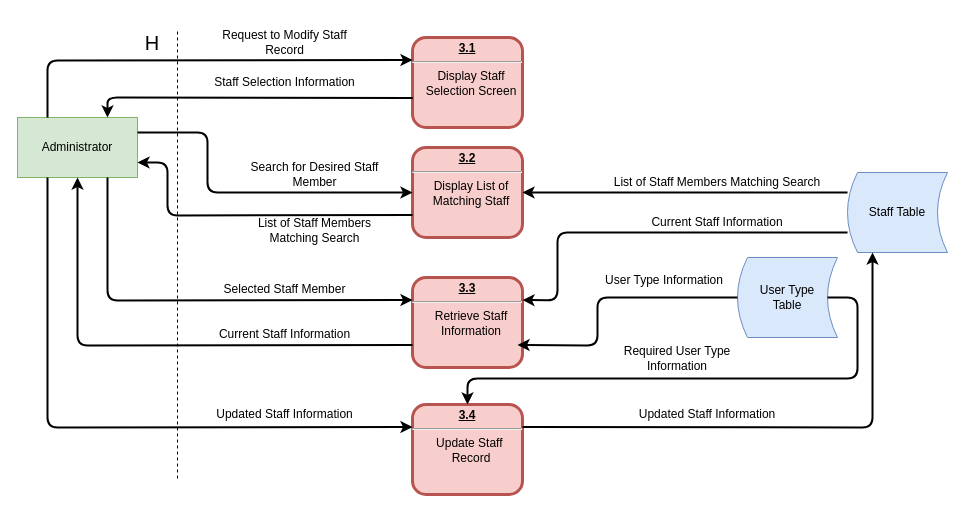
Harlento/SchedulingSystem keeps this draw.io diagram as page "3: Update Staff" (4 of 20) of Diagrams/DFD/Level 1 DFDs.drawio. Above is the earlier version. Source tidied: cells renumbered, new cells numbered last; positions are measured from the earlier drawing's top-left corner, leaving out a move shared by most shapes. Both pictures are drawn from the tidied source at 100%, with x=0, y=0 at pixel (17, 17).
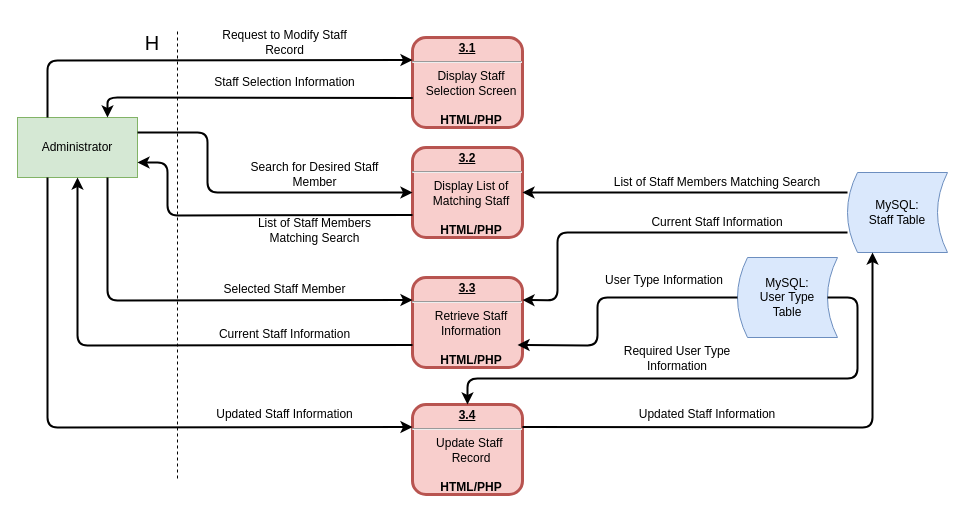
The same diagram, later.

Diff of the diagram source:
```diff
@@
-    <mxCell id="2" value="Staff Table" style="shape=dataStorage;whiteSpace=wrap;html=1;fillColor=#dae8fc;strokeColor=#6c8ebf;" parent="1" vertex="1">
+    <mxCell id="2" value="MySQL:&lt;br&gt;Staff Table" style="shape=dataStorage;whiteSpace=wrap;html=1;fillColor=#dae8fc;strokeColor=#6c8ebf;" parent="1" vertex="1">
       <mxGeometry x="830" y="155" width="100" height="80" as="geometry" />
     </mxCell>
@@
-    <mxCell id="4" value="&lt;p style=&quot;margin: 0px ; margin-top: 4px ; text-align: center ; text-decoration: underline&quot;&gt;3.2&lt;/p&gt;&lt;hr&gt;&lt;p style=&quot;margin: 0px ; margin-left: 8px&quot;&gt;&lt;span style=&quot;font-weight: 400 ; white-space: normal&quot;&gt;Display List of Matching Staff&lt;/span&gt;&lt;/p&gt;" style="verticalAlign=middle;align=center;overflow=fill;fontSize=12;fontFamily=Helvetica;html=1;rounded=1;fontStyle=1;strokeWidth=3;fillColor=#f8cecc;strokeColor=#b85450;" parent="1" vertex="1">
+    <mxCell id="4" value="&lt;p style=&quot;margin: 0px ; margin-top: 4px ; text-align: center ; text-decoration: underline&quot;&gt;3.2&lt;/p&gt;&lt;hr&gt;&lt;p style=&quot;margin: 0px ; margin-left: 8px&quot;&gt;&lt;span style=&quot;font-weight: 400 ; white-space: normal&quot;&gt;Display List of Matching Staff&lt;/span&gt;&lt;/p&gt;&lt;p style=&quot;margin: 0px ; margin-left: 8px&quot;&gt;&lt;span style=&quot;font-weight: 400 ; white-space: normal&quot;&gt;&lt;br&gt;&lt;/span&gt;&lt;/p&gt;&lt;p style=&quot;margin: 0px ; margin-left: 8px&quot;&gt;&lt;span style=&quot;white-space: normal&quot;&gt;HTML/PHP&lt;/span&gt;&lt;span style=&quot;font-weight: 400 ; white-space: normal&quot;&gt;&lt;br&gt;&lt;/span&gt;&lt;/p&gt;" style="verticalAlign=middle;align=center;overflow=fill;fontSize=12;fontFamily=Helvetica;html=1;rounded=1;fontStyle=1;strokeWidth=3;fillColor=#f8cecc;strokeColor=#b85450;" parent="1" vertex="1">
       <mxGeometry x="395" y="130" width="110" height="90" as="geometry" />
     </mxCell>
@@
-    <mxCell id="11" value="&lt;p style=&quot;margin: 0px ; margin-top: 4px ; text-align: center ; text-decoration: underline&quot;&gt;3.1&lt;/p&gt;&lt;hr&gt;&lt;p style=&quot;margin: 0px ; margin-left: 8px&quot;&gt;&lt;span style=&quot;font-weight: 400 ; white-space: normal&quot;&gt;Display Staff Selection Screen&lt;/span&gt;&lt;/p&gt;" style="verticalAlign=middle;align=center;overflow=fill;fontSize=12;fontFamily=Helvetica;html=1;rounded=1;fontStyle=1;strokeWidth=3;fillColor=#f8cecc;strokeColor=#b85450;" parent="1" vertex="1">
+    <mxCell id="11" value="&lt;p style=&quot;margin: 0px ; margin-top: 4px ; text-align: center ; text-decoration: underline&quot;&gt;3.1&lt;/p&gt;&lt;hr&gt;&lt;p style=&quot;margin: 0px ; margin-left: 8px&quot;&gt;&lt;span style=&quot;font-weight: 400 ; white-space: normal&quot;&gt;Display Staff Selection Screen&lt;/span&gt;&lt;/p&gt;&lt;p style=&quot;margin: 0px ; margin-left: 8px&quot;&gt;&lt;span style=&quot;font-weight: 400 ; white-space: normal&quot;&gt;&lt;br&gt;&lt;/span&gt;&lt;/p&gt;&lt;p style=&quot;margin: 0px ; margin-left: 8px&quot;&gt;&lt;span style=&quot;white-space: normal&quot;&gt;HTML/PHP&lt;/span&gt;&lt;span style=&quot;font-weight: 400 ; white-space: normal&quot;&gt;&lt;br&gt;&lt;/span&gt;&lt;/p&gt;" style="verticalAlign=middle;align=center;overflow=fill;fontSize=12;fontFamily=Helvetica;html=1;rounded=1;fontStyle=1;strokeWidth=3;fillColor=#f8cecc;strokeColor=#b85450;" parent="1" vertex="1">
       <mxGeometry x="395" y="20" width="110" height="90" as="geometry" />
     </mxCell>
@@
-    <mxCell id="18" value="&lt;p style=&quot;margin: 0px ; margin-top: 4px ; text-align: center ; text-decoration: underline&quot;&gt;3.3&lt;/p&gt;&lt;hr&gt;&lt;p style=&quot;margin: 0px 0px 0px 8px&quot;&gt;&lt;span style=&quot;font-weight: 400 ; white-space: normal&quot;&gt;Retrieve Staff Information&lt;/span&gt;&lt;/p&gt;" style="verticalAlign=middle;align=center;overflow=fill;fontSize=12;fontFamily=Helvetica;html=1;rounded=1;fontStyle=1;strokeWidth=3;fillColor=#f8cecc;strokeColor=#b85450;" parent="1" vertex="1">
+    <mxCell id="18" value="&lt;p style=&quot;margin: 0px ; margin-top: 4px ; text-align: center ; text-decoration: underline&quot;&gt;3.3&lt;/p&gt;&lt;hr&gt;&lt;p style=&quot;margin: 0px 0px 0px 8px&quot;&gt;&lt;span style=&quot;font-weight: 400 ; white-space: normal&quot;&gt;Retrieve Staff Information&lt;/span&gt;&lt;/p&gt;&lt;p style=&quot;margin: 0px 0px 0px 8px&quot;&gt;&lt;span style=&quot;font-weight: 400 ; white-space: normal&quot;&gt;&lt;br&gt;&lt;/span&gt;&lt;/p&gt;&lt;p style=&quot;margin: 0px 0px 0px 8px&quot;&gt;&lt;span style=&quot;white-space: normal&quot;&gt;HTML/PHP&lt;/span&gt;&lt;span style=&quot;font-weight: 400 ; white-space: normal&quot;&gt;&lt;br&gt;&lt;/span&gt;&lt;/p&gt;" style="verticalAlign=middle;align=center;overflow=fill;fontSize=12;fontFamily=Helvetica;html=1;rounded=1;fontStyle=1;strokeWidth=3;fillColor=#f8cecc;strokeColor=#b85450;" parent="1" vertex="1">
       <mxGeometry x="395" y="260" width="110" height="90" as="geometry" />
     </mxCell>
@@
-    <mxCell id="25" value="&lt;p style=&quot;margin: 0px ; margin-top: 4px ; text-align: center ; text-decoration: underline&quot;&gt;3.4&lt;/p&gt;&lt;hr&gt;&lt;p style=&quot;margin: 0px 0px 0px 8px&quot;&gt;&lt;span style=&quot;font-weight: 400 ; white-space: normal&quot;&gt;Update Staff&amp;nbsp; Record&lt;/span&gt;&lt;/p&gt;" style="verticalAlign=middle;align=center;overflow=fill;fontSize=12;fontFamily=Helvetica;html=1;rounded=1;fontStyle=1;strokeWidth=3;fillColor=#f8cecc;strokeColor=#b85450;" parent="1" vertex="1">
+    <mxCell id="25" value="&lt;p style=&quot;margin: 0px ; margin-top: 4px ; text-align: center ; text-decoration: underline&quot;&gt;3.4&lt;/p&gt;&lt;hr&gt;&lt;p style=&quot;margin: 0px 0px 0px 8px&quot;&gt;&lt;span style=&quot;font-weight: 400 ; white-space: normal&quot;&gt;Update Staff&amp;nbsp; Record&lt;/span&gt;&lt;/p&gt;&lt;p style=&quot;margin: 0px 0px 0px 8px&quot;&gt;&lt;span style=&quot;font-weight: 400 ; white-space: normal&quot;&gt;&lt;br&gt;&lt;/span&gt;&lt;/p&gt;&lt;p style=&quot;margin: 0px 0px 0px 8px&quot;&gt;&lt;span style=&quot;white-space: normal&quot;&gt;HTML/PHP&lt;/span&gt;&lt;span style=&quot;font-weight: 400 ; white-space: normal&quot;&gt;&lt;br&gt;&lt;/span&gt;&lt;/p&gt;" style="verticalAlign=middle;align=center;overflow=fill;fontSize=12;fontFamily=Helvetica;html=1;rounded=1;fontStyle=1;strokeWidth=3;fillColor=#f8cecc;strokeColor=#b85450;" parent="1" vertex="1">
       <mxGeometry x="395" y="387" width="110" height="90" as="geometry" />
     </mxCell>
@@
-    <mxCell id="30" value="User Type &lt;br&gt;Table" style="shape=dataStorage;whiteSpace=wrap;html=1;fillColor=#dae8fc;strokeColor=#6c8ebf;" parent="1" vertex="1">
+    <mxCell id="30" value="MySQL:&lt;br&gt;User Type &lt;br&gt;Table" style="shape=dataStorage;whiteSpace=wrap;html=1;fillColor=#dae8fc;strokeColor=#6c8ebf;" parent="1" vertex="1">
       <mxGeometry x="720" y="240" width="100" height="80" as="geometry" />
     </mxCell>
```
